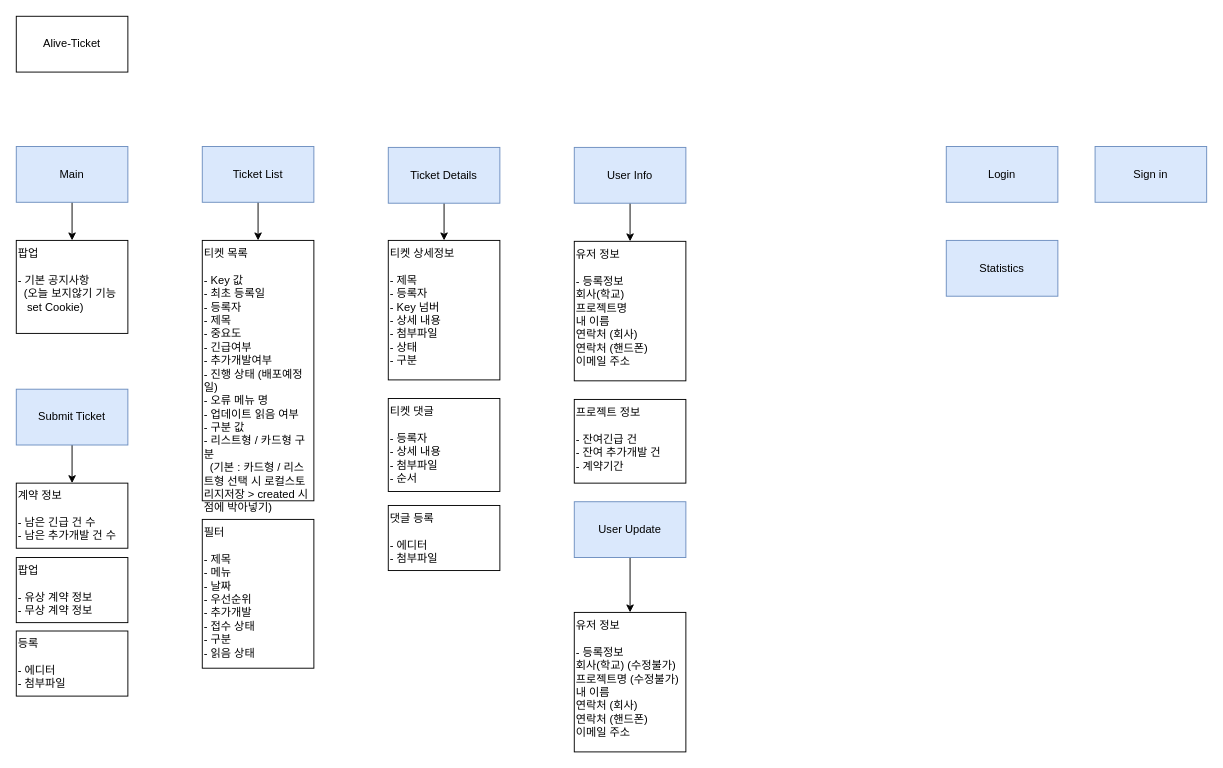
Before: alive-ticket-flow.drawio in HAR00N/draw.io, a draw.io diagram. Source tidied: cells renumbered, new cells numbered last; positions are measured from the earlier drawing's top-left corner, leaving out a move shared by most shapes. Both pictures are drawn from the tidied source at 93%, with x=0, y=0 at pixel (16, 16).
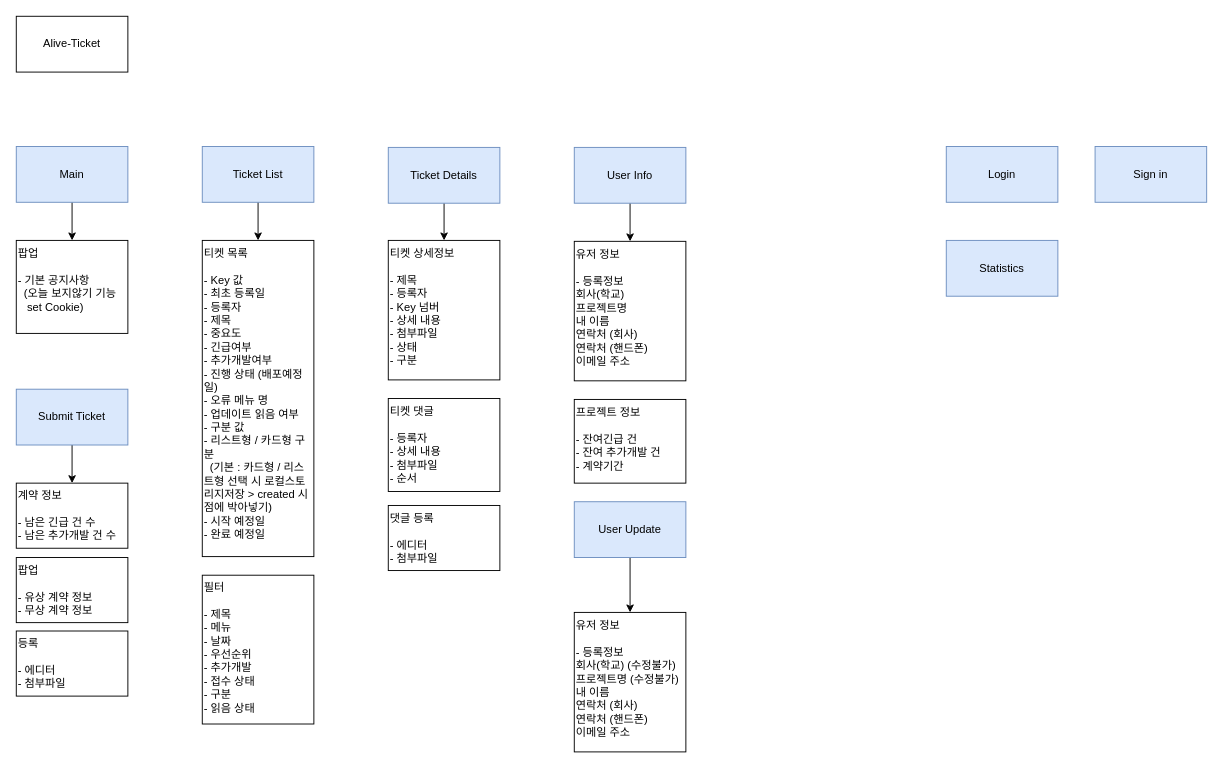
After the change.

Diff of the diagram source:
```diff
@@
-    <mxCell id="20" value="티켓 목록&lt;br&gt;&lt;br&gt;- Key 값&lt;br&gt;- 최초 등록일&lt;br&gt;- 등록자&lt;br&gt;- 제목&lt;br&gt;- 중요도&lt;br&gt;- 긴급여부&lt;br&gt;- 추가개발여부&lt;br&gt;- 진행 상태 (배포예정일)&lt;br&gt;- 오류 메뉴 명&lt;br&gt;- 업데이트 읽음 여부&lt;br&gt;- 구분 값&lt;br&gt;- 리스트형 / 카드형 구분&lt;br&gt;&amp;nbsp; (기본 : 카드형 / 리스트형 선택 시 로컬스토리지저장 &amp;gt; created 시점에 박아넣기)" style="rounded=0;whiteSpace=wrap;html=1;align=left;verticalAlign=top;" parent="1" vertex="1">
-      <mxGeometry x="200" y="241" width="120" height="280" as="geometry" />
+    <mxCell id="20" value="티켓 목록&lt;br&gt;&lt;br&gt;- Key 값&lt;br&gt;- 최초 등록일&lt;br&gt;- 등록자&lt;br&gt;- 제목&lt;br&gt;- 중요도&lt;br&gt;- 긴급여부&lt;br&gt;- 추가개발여부&lt;br&gt;- 진행 상태 (배포예정일)&lt;br&gt;- 오류 메뉴 명&lt;br&gt;- 업데이트 읽음 여부&lt;br&gt;- 구분 값&lt;br&gt;- 리스트형 / 카드형 구분&lt;br&gt;&amp;nbsp; (기본 : 카드형 / 리스트형 선택 시 로컬스토리지저장 &amp;gt; created 시점에 박아넣기)&lt;br&gt;- 시작 예정일&lt;br&gt;- 완료 예정일" style="rounded=0;whiteSpace=wrap;html=1;align=left;verticalAlign=top;" parent="1" vertex="1">
+      <mxGeometry x="200" y="241" width="120" height="340" as="geometry" />
     </mxCell>
@@
     <mxCell id="22" value="필터&lt;br&gt;&lt;br&gt;- 제목&lt;br&gt;- 메뉴&lt;br&gt;- 날짜&lt;br&gt;- 우선순위&lt;br&gt;- 추가개발&lt;br&gt;- 접수 상태&lt;br&gt;- 구분&lt;br&gt;- 읽음 상태" style="rounded=0;whiteSpace=wrap;html=1;align=left;verticalAlign=top;" parent="1" vertex="1">
-      <mxGeometry x="200" y="541" width="120" height="160" as="geometry" />
+      <mxGeometry x="200" y="601" width="120" height="160" as="geometry" />
     </mxCell>
```
